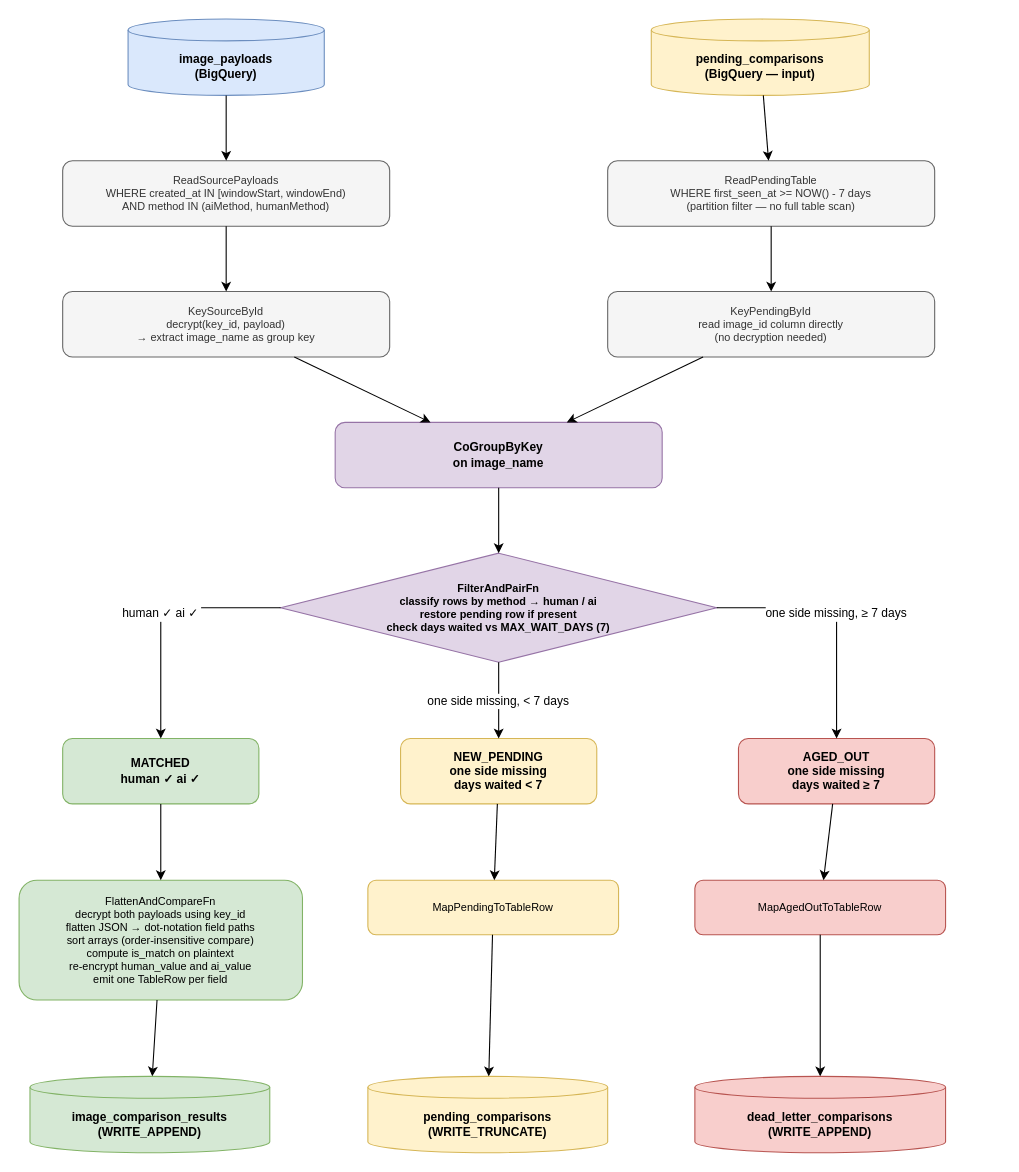
Earlier version of the draw.io diagram docs/pipeline-flow.drawio (AmithDas/image-comparison-pipeline). Source tidied: cells renumbered, new cells numbered last; positions are measured from the earlier drawing's top-left corner, leaving out a move shared by most shapes. Both pictures are drawn from the tidied source at 109%, with x=0, y=0 at pixel (19, 19).
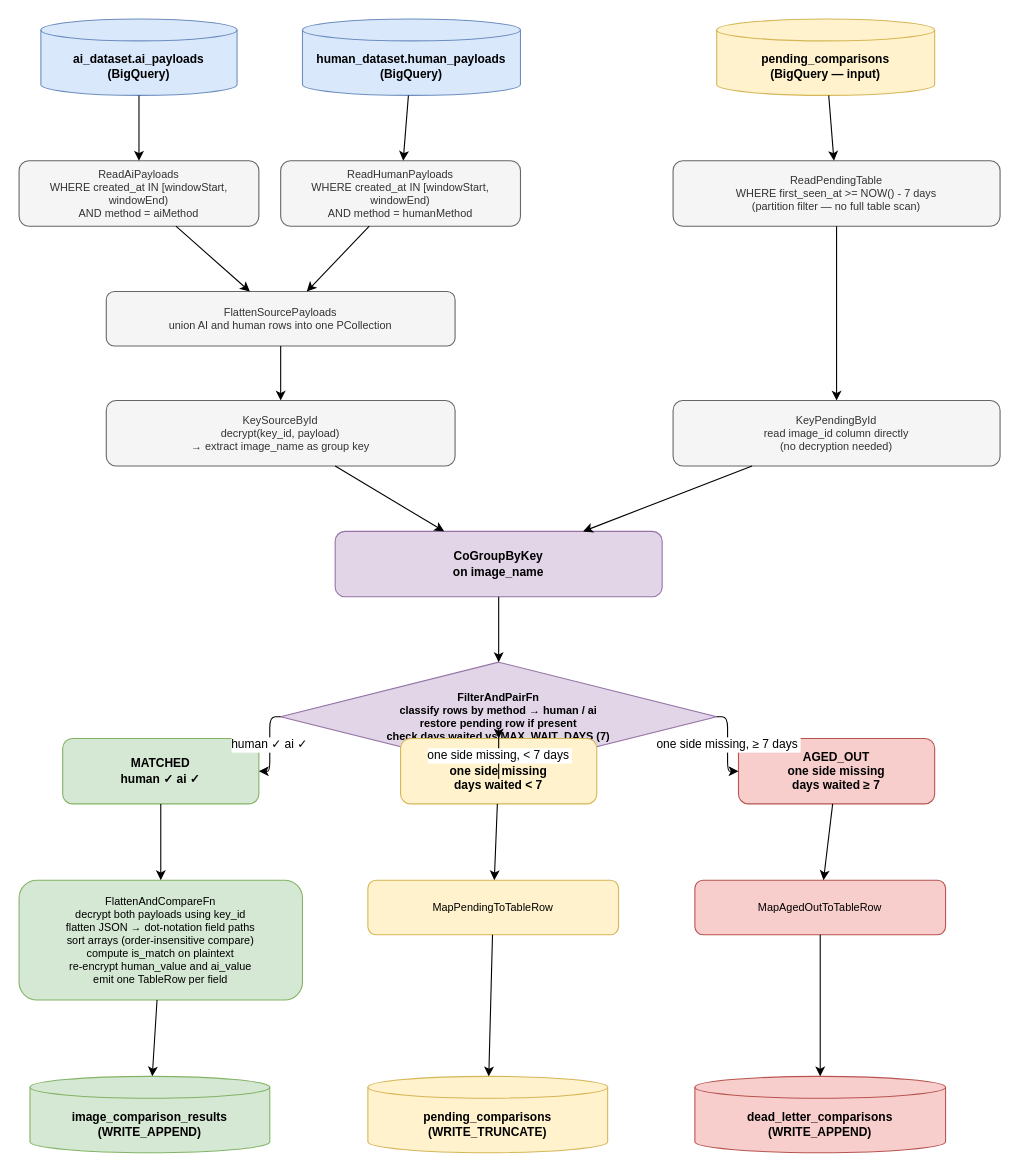
After the change.

Commit message (it also covers changes not shown here):
adding multiple dataset

What changed in the source:
```diff
@@
-    <mxCell id="2" value="image_payloads&#10;(BigQuery)" style="shape=cylinder3;whiteSpace=wrap;html=1;boundedLbl=1;backgroundOutline=1;size=10;fillColor=#dae8fc;strokeColor=#6c8ebf;fontStyle=1;fontSize=11;" parent="1" vertex="1">
-      <mxGeometry x="100" width="180" height="70" as="geometry" />
+    <mxCell id="2" value="ai_dataset.ai_payloads&#10;(BigQuery)" style="shape=cylinder3;whiteSpace=wrap;html=1;boundedLbl=1;backgroundOutline=1;size=10;fillColor=#dae8fc;strokeColor=#6c8ebf;fontStyle=1;fontSize=11;" parent="1" vertex="1">
+      <mxGeometry x="20" width="180" height="70" as="geometry" />
     </mxCell>
+    <mxCell id="35" value="human_dataset.human_payloads&#10;(BigQuery)" style="shape=cylinder3;whiteSpace=wrap;html=1;boundedLbl=1;backgroundOutline=1;size=10;fillColor=#dae8fc;strokeColor=#6c8ebf;fontStyle=1;fontSize=11;" parent="1" vertex="1">
+      <mxGeometry x="260" width="200" height="70" as="geometry" />
+    </mxCell>
     <mxCell id="3" value="pending_comparisons&#10;(BigQuery — input)" style="shape=cylinder3;whiteSpace=wrap;html=1;boundedLbl=1;backgroundOutline=1;size=10;fillColor=#fff2cc;strokeColor=#d6b656;fontStyle=1;fontSize=11;" parent="1" vertex="1">
-      <mxGeometry x="580" width="200" height="70" as="geometry" />
+      <mxGeometry x="640" width="200" height="70" as="geometry" />
     </mxCell>
-    <mxCell id="4" value="ReadSourcePayloads&#10;WHERE created_at IN [windowStart, windowEnd)&#10;AND method IN (aiMethod, humanMethod)" style="rounded=1;whiteSpace=wrap;html=1;fillColor=#f5f5f5;strokeColor=#666666;fontColor=#333333;fontSize=10;" parent="1" vertex="1">
-      <mxGeometry x="40" y="130" width="300" height="60" as="geometry" />
+    <mxCell id="4" value="ReadAiPayloads&#10;WHERE created_at IN [windowStart, windowEnd)&#10;AND method = aiMethod" style="rounded=1;whiteSpace=wrap;html=1;fillColor=#f5f5f5;strokeColor=#666666;fontColor=#333333;fontSize=10;" parent="1" vertex="1">
+      <mxGeometry y="130" width="220" height="60" as="geometry" />
     </mxCell>
+    <mxCell id="36" value="ReadHumanPayloads&#10;WHERE created_at IN [windowStart, windowEnd)&#10;AND method = humanMethod" style="rounded=1;whiteSpace=wrap;html=1;fillColor=#f5f5f5;strokeColor=#666666;fontColor=#333333;fontSize=10;" parent="1" vertex="1">
+      <mxGeometry x="240" y="130" width="220" height="60" as="geometry" />
+    </mxCell>
     <mxCell id="5" value="ReadPendingTable&#10;WHERE first_seen_at &gt;= NOW() - 7 days&#10;(partition filter — no full table scan)" style="rounded=1;whiteSpace=wrap;html=1;fillColor=#f5f5f5;strokeColor=#666666;fontColor=#333333;fontSize=10;" parent="1" vertex="1">
-      <mxGeometry x="540" y="130" width="300" height="60" as="geometry" />
+      <mxGeometry x="600" y="130" width="300" height="60" as="geometry" />
     </mxCell>
+    <mxCell id="37" value="FlattenSourcePayloads&#10;union AI and human rows into one PCollection" style="rounded=1;whiteSpace=wrap;html=1;fillColor=#f5f5f5;strokeColor=#666666;fontColor=#333333;fontSize=10;" parent="1" vertex="1">
+      <mxGeometry x="80" y="250" width="320" height="50" as="geometry" />
+    </mxCell>
     <mxCell id="6" value="KeySourceById&#10;decrypt(key_id, payload)&#10;→ extract image_name as group key" style="rounded=1;whiteSpace=wrap;html=1;fillColor=#f5f5f5;strokeColor=#666666;fontColor=#333333;fontSize=10;" parent="1" vertex="1">
-      <mxGeometry x="40" y="250" width="300" height="60" as="geometry" />
+      <mxGeometry x="80" y="350" width="320" height="60" as="geometry" />
     </mxCell>
     <mxCell id="7" value="KeyPendingById&#10;read image_id column directly&#10;(no decryption needed)" style="rounded=1;whiteSpace=wrap;html=1;fillColor=#f5f5f5;strokeColor=#666666;fontColor=#333333;fontSize=10;" parent="1" vertex="1">
-      <mxGeometry x="540" y="250" width="300" height="60" as="geometry" />
+      <mxGeometry x="600" y="350" width="300" height="60" as="geometry" />
     </mxCell>
     <mxCell id="8" value="CoGroupByKey&#10;on image_name" style="rounded=1;whiteSpace=wrap;html=1;fillColor=#e1d5e7;strokeColor=#9673a6;fontStyle=1;fontSize=11;" parent="1" vertex="1">
-      <mxGeometry x="290" y="370" width="300" height="60" as="geometry" />
+      <mxGeometry x="290" y="470" width="300" height="60" as="geometry" />
     </mxCell>
     <mxCell id="9" value="FilterAndPairFn&#10;classify rows by method → human / ai&#10;restore pending row if present&#10;check days waited vs MAX_WAIT_DAYS (7)" style="rhombus;whiteSpace=wrap;html=1;fillColor=#e1d5e7;strokeColor=#9673a6;fontStyle=1;fontSize=10;verticalAlign=middle;" parent="1" vertex="1">
-      <mxGeometry x="240" y="490" width="400" height="100" as="geometry" />
+      <mxGeometry x="240" y="590" width="400" height="100" as="geometry" />
     </mxCell>
@@
+    <mxCell id="38" parent="1" edge="1" source="35" target="36">
+      <mxGeometry relative="1" as="geometry" />
+    </mxCell>
+    <mxCell id="39" parent="1" edge="1" source="4" target="37">
+      <mxGeometry relative="1" as="geometry" />
+    </mxCell>
+    <mxCell id="40" parent="1" edge="1" source="36" target="37">
+      <mxGeometry relative="1" as="geometry" />
+    </mxCell>
@@
-    <mxCell id="21" parent="1" edge="1" source="4" target="6">
+    <mxCell id="21" parent="1" edge="1" source="37" target="6">
       <mxGeometry relative="1" as="geometry" />
     </mxCell>
```
